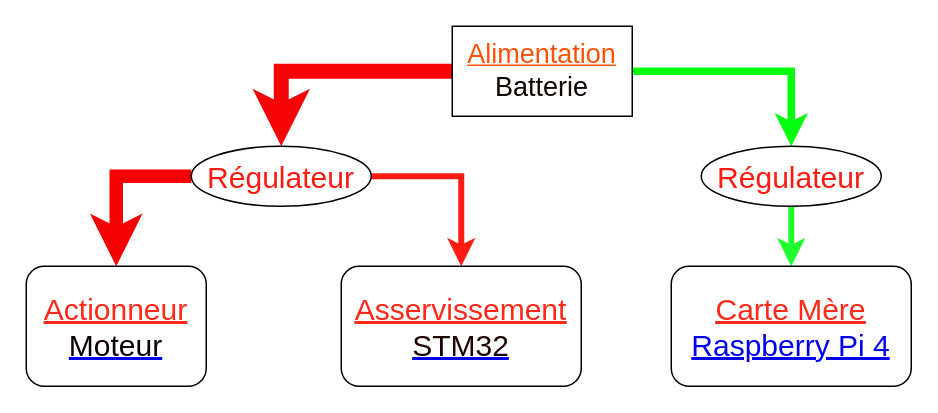
Above: page "Page-1" (1 of 4) of Journal/draw.io/Diagramme_Ares.drawio in AresEnsea/2324_Projet2A_AresCFR (draw.io), before the change. Source tidied: cells renumbered, new cells numbered last; positions are measured from the earlier drawing's top-left corner, leaving out a move shared by most shapes. Both pictures are drawn from the tidied source at 150%, with x=0, y=0 at pixel (26, 26).
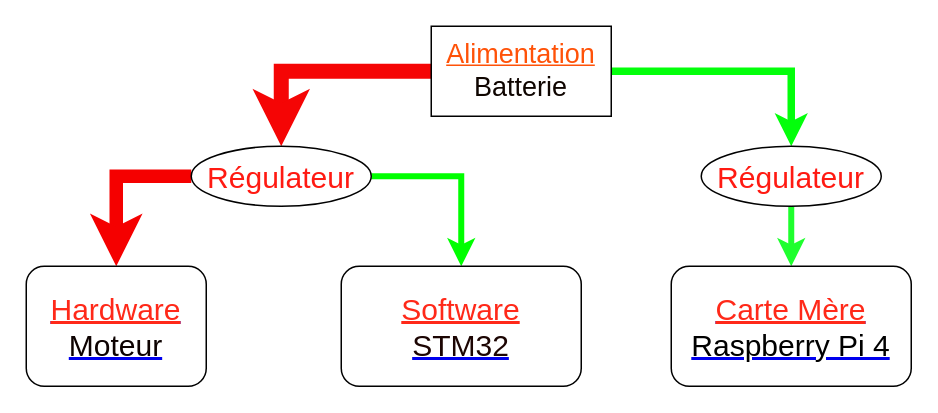
Above is the later version.

Change to the diagram source:
```diff
@@
 <mxGraphModel>
   <root>
     <mxCell id="0" />
     <mxCell id="1" parent="0" />
     <mxCell id="2" style="edgeStyle=orthogonalEdgeStyle;rounded=0;jettySize=auto;html=1;exitX=0;exitY=0.5;exitDx=0;exitDy=0;strokeWidth=10;strokeColor=#f50505;" parent="1" edge="1" source="4" target="7">
       <mxGeometry relative="1" as="geometry" />
     </mxCell>
     <mxCell id="3" style="edgeStyle=orthogonalEdgeStyle;rounded=0;jettySize=auto;html=1;strokeColor=#03FF0B;strokeWidth=5;" parent="1" edge="1" source="4" target="9">
       <mxGeometry relative="1" as="geometry" />
     </mxCell>
     <mxCell id="4" value="&lt;font style=&quot;font-size: 18px;&quot;&gt;&lt;u style=&quot;color: rgb(255, 82, 8);&quot;&gt;Alimentation&lt;/u&gt;&lt;br&gt;&lt;font color=&quot;#0f0500&quot;&gt;Batterie&lt;/font&gt;&lt;br&gt;&lt;/font&gt;" style="rounded=0;whiteSpace=wrap;html=1;" parent="1" vertex="1">
-      <mxGeometry x="284" width="120" height="60" as="geometry" />
+      <mxGeometry x="270" width="120" height="60" as="geometry" />
     </mxCell>
-    <mxCell id="5" style="edgeStyle=orthogonalEdgeStyle;rounded=0;jettySize=auto;html=1;entryX=0.5;entryY=0;entryDx=0;entryDy=0;strokeColor=#f50000;strokeWidth=9;" parent="1" edge="1" source="7" target="10">
-      <mxGeometry relative="1" as="geometry">
-        <Array as="points">
-          <mxPoint x="60" y="100" />
-        </Array>
-      </mxGeometry>
-    </mxCell>
-    <mxCell id="6" style="edgeStyle=orthogonalEdgeStyle;rounded=0;jettySize=auto;html=1;entryX=0.5;entryY=0;entryDx=0;entryDy=0;strokeColor=#FF1C14;strokeWidth=4;" parent="1" edge="1" source="7" target="11">
-      <mxGeometry relative="1" as="geometry">
-        <Array as="points">
-          <mxPoint x="290" y="100" />
-        </Array>
-      </mxGeometry>
-    </mxCell>
+    <mxCell id="13" style="edgeStyle=orthogonalEdgeStyle;rounded=0;jettySize=auto;html=1;entryX=0.5;entryY=0;entryDx=0;entryDy=0;strokeColor=#f50000;strokeWidth=9;" parent="1" edge="1" source="7" target="15">
+      <mxGeometry relative="1" as="geometry">
+        <Array as="points">
+          <mxPoint x="60" y="100" />
+        </Array>
+      </mxGeometry>
+    </mxCell>
+    <mxCell id="14" style="edgeStyle=orthogonalEdgeStyle;rounded=0;jettySize=auto;html=1;entryX=0.5;entryY=0;entryDx=0;entryDy=0;strokeColor=#00FF00;strokeWidth=4;" parent="1" edge="1" source="7" target="16">
+      <mxGeometry relative="1" as="geometry">
+        <Array as="points">
+          <mxPoint x="290" y="100" />
+        </Array>
+      </mxGeometry>
+    </mxCell>
     <mxCell id="7" value="&lt;font color=&quot;#ff1a12&quot; style=&quot;font-size: 20px;&quot;&gt;Régulateur&lt;/font&gt;" style="ellipse;whiteSpace=wrap;html=1;" parent="1" vertex="1">
       <mxGeometry x="110" y="80" width="120" height="40" as="geometry" />
     </mxCell>
     <mxCell id="8" style="edgeStyle=orthogonalEdgeStyle;rounded=0;jettySize=auto;html=1;entryX=0.5;entryY=0;entryDx=0;entryDy=0;strokeColor=#1FFF2E;strokeWidth=4;" parent="1" edge="1" source="9" target="12">
       <mxGeometry relative="1" as="geometry" />
     </mxCell>
     <mxCell id="9" value="&lt;font color=&quot;#ff1a12&quot; style=&quot;font-size: 20px;&quot;&gt;Régulateur&lt;/font&gt;" style="ellipse;whiteSpace=wrap;html=1;" parent="1" vertex="1">
       <mxGeometry x="450" y="80" width="120" height="40" as="geometry" />
     </mxCell>
-    <mxCell id="10" value="&lt;font style=&quot;font-size: 20px;&quot;&gt;&lt;a href=&quot;null&quot;&gt;&lt;u style=&quot;color: rgb(255, 41, 25);&quot;&gt;Actionneur&lt;/u&gt;&lt;br&gt;&lt;font color=&quot;#0d0201&quot;&gt;Moteur&lt;/font&gt;&lt;/a&gt;&lt;br&gt;&lt;/font&gt;" style="rounded=1;whiteSpace=wrap;html=1;points=[[0,0,0,0,0],[0,0.25,0,0,0],[0,0.5,0,0,0],[0,0.75,0,0,0],[0,1,0,0,0],[0.25,0,0,0,0],[0.25,1,0,0,0],[0.5,0,0,0,0],[0.5,1,0,0,0],[0.75,0,0,0,0],[0.75,1,0,0,0],[1,0,0,0,0],[1,0.25,0,0,0],[1,0.5,0,0,0],[1,0.75,0,0,0],[1,1,0,0,0]];" parent="1" vertex="1">
-      <mxGeometry y="160" width="120" height="80" as="geometry" />
-    </mxCell>
-    <mxCell id="11" value="&lt;font style=&quot;font-size: 20px;&quot;&gt;&lt;a href=&quot;null&quot;&gt;&lt;u style=&quot;color: rgb(255, 41, 25);&quot;&gt;Asservissement&lt;/u&gt;&lt;br&gt;&lt;font color=&quot;#1c0503&quot;&gt;STM32&lt;/font&gt;&lt;/a&gt;&lt;br&gt;&lt;/font&gt;" style="rounded=1;whiteSpace=wrap;html=1;" parent="1" vertex="1">
-      <mxGeometry x="210" y="160" width="160" height="80" as="geometry" />
-    </mxCell>
+    <mxCell id="15" value="&lt;font style=&quot;font-size: 20px;&quot;&gt;&lt;a href=&quot;data:page/id,AdwOHvsSAHDBYtzmDALl&quot;&gt;&lt;u style=&quot;color: rgb(255, 41, 25);&quot;&gt;Hardware&lt;/u&gt;&lt;br&gt;&lt;font color=&quot;#0d0201&quot;&gt;Moteur&lt;/font&gt;&lt;/a&gt;&lt;br&gt;&lt;/font&gt;" style="rounded=1;whiteSpace=wrap;html=1;points=[[0,0,0,0,0],[0,0.25,0,0,0],[0,0.5,0,0,0],[0,0.75,0,0,0],[0,1,0,0,0],[0.25,0,0,0,0],[0.25,1,0,0,0],[0.5,0,0,0,0],[0.5,1,0,0,0],[0.75,0,0,0,0],[0.75,1,0,0,0],[1,0,0,0,0],[1,0.25,0,0,0],[1,0.5,0,0,0],[1,0.75,0,0,0],[1,1,0,0,0]];" parent="1" vertex="1">
+      <mxGeometry y="160" width="120" height="80" as="geometry" />
+    </mxCell>
+    <mxCell id="16" value="&lt;font style=&quot;font-size: 20px;&quot;&gt;&lt;font color=&quot;#ff2919&quot;&gt;&lt;u&gt;Software&lt;/u&gt;&lt;br&gt;&lt;/font&gt;&lt;a href=&quot;data:page/id,veTXQHufmWC4AyhbuzGp&quot;&gt;&lt;font color=&quot;#1c0503&quot;&gt;STM32&lt;/font&gt;&lt;/a&gt;&lt;br&gt;&lt;/font&gt;" style="rounded=1;whiteSpace=wrap;html=1;" parent="1" vertex="1">
+      <mxGeometry x="210" y="160" width="160" height="80" as="geometry" />
+    </mxCell>
-    <mxCell id="12" value="&lt;font style=&quot;font-size: 20px;&quot;&gt;&lt;a href=&quot;null&quot;&gt;&lt;font color=&quot;#ff2919&quot;&gt;&lt;u&gt;Carte Mère&lt;br&gt;&lt;/u&gt;&lt;/font&gt;Raspberry Pi 4&lt;/a&gt;&lt;br&gt;&lt;/font&gt;" style="rounded=1;whiteSpace=wrap;html=1;" parent="1" vertex="1">
+    <mxCell id="12" value="&lt;font style=&quot;font-size: 20px;&quot;&gt;&lt;a href=&quot;data:page/id,hsGeyqT_DS2t7nP-Vcc8&quot;&gt;&lt;font color=&quot;#ff2919&quot;&gt;&lt;u&gt;Carte Mère&lt;br&gt;&lt;/u&gt;&lt;/font&gt;&lt;font color=&quot;#000000&quot;&gt;Raspberry Pi 4&lt;/font&gt;&lt;/a&gt;&lt;br&gt;&lt;/font&gt;" style="rounded=1;whiteSpace=wrap;html=1;" parent="1" vertex="1">
       <mxGeometry x="430" y="160" width="160" height="80" as="geometry" />
     </mxCell>
   </root>
 </mxGraphModel>
```
